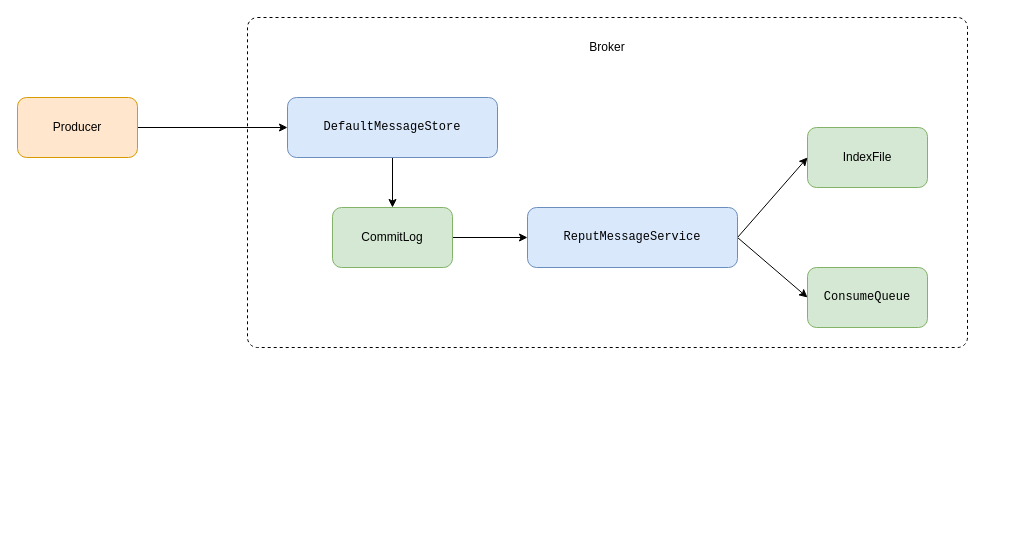
The draw.io diagram rocketmq/broker消息存储流程.drawio in erlieStar/diagrams, before the edit. Source tidied: cells renumbered, new cells numbered last; positions are measured from the earlier drawing's top-left corner, leaving out a move shared by most shapes. Both pictures are drawn from the tidied source at 100%, with x=0, y=0 at pixel (17, 17).
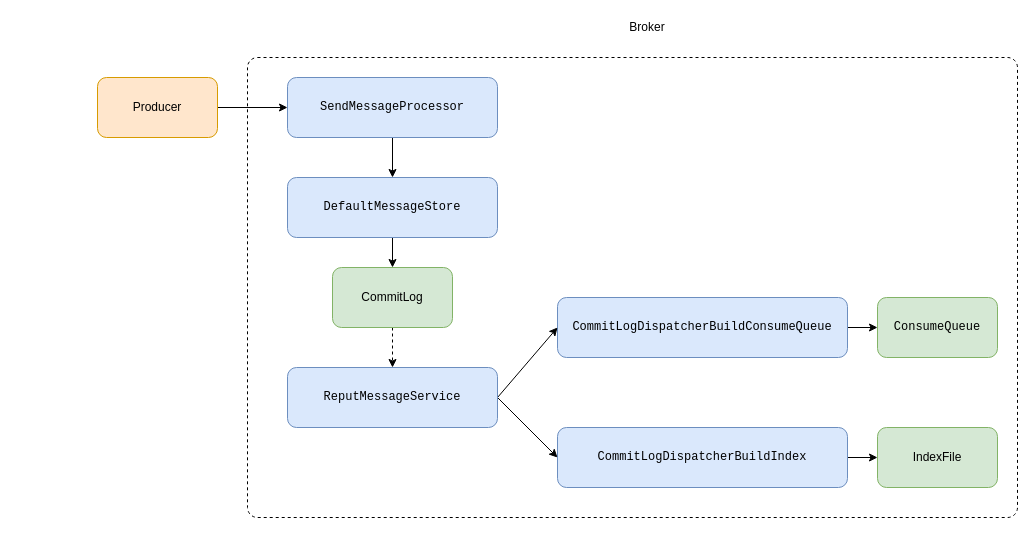
The same diagram, later.

Commit message:
Update broker消息存储流程.drawio

Diff of the diagram source:
```diff
@@
     <mxCell id="2" style="html=1;align=center;verticalAlign=top;rounded=1;absoluteArcSize=1;arcSize=20;dashed=1;" parent="1" vertex="1">
-      <mxGeometry x="230" width="720" height="330" as="geometry" />
+      <mxGeometry x="230" y="40" width="770" height="460" as="geometry" />
     </mxCell>
+    <mxCell id="15" style="edgeStyle=orthogonalEdgeStyle;rounded=0;jettySize=auto;html=1;entryX=0;entryY=0.5;entryDx=0;entryDy=0;" parent="1" edge="1" source="3" target="21">
+      <mxGeometry relative="1" as="geometry" />
+    </mxCell>
-    <mxCell id="3" value="IndexFile" style="rounded=1;whiteSpace=wrap;html=1;fillColor=#d5e8d4;strokeColor=#82b366;" parent="1" vertex="1">
-      <mxGeometry x="790" y="110" width="120" height="60" as="geometry" />
+    <mxCell id="3" value="&lt;pre&gt;CommitLogDispatcherBuildConsumeQueue&lt;/pre&gt;" style="rounded=1;whiteSpace=wrap;html=1;fillColor=#dae8fc;strokeColor=#6c8ebf;" parent="1" vertex="1">
+      <mxGeometry x="540" y="280" width="290" height="60" as="geometry" />
     </mxCell>
+    <mxCell id="16" style="edgeStyle=orthogonalEdgeStyle;rounded=0;jettySize=auto;html=1;" parent="1" edge="1" source="4" target="20">
+      <mxGeometry relative="1" as="geometry" />
+    </mxCell>
-    <mxCell id="4" value="&lt;pre&gt;ConsumeQueue&lt;/pre&gt;" style="rounded=1;whiteSpace=wrap;html=1;fillColor=#d5e8d4;strokeColor=#82b366;" parent="1" vertex="1">
-      <mxGeometry x="790" y="250" width="120" height="60" as="geometry" />
+    <mxCell id="4" value="&lt;pre&gt;&lt;pre&gt;CommitLogDispatcherBuildIndex&lt;/pre&gt;&lt;/pre&gt;" style="rounded=1;whiteSpace=wrap;html=1;fillColor=#dae8fc;strokeColor=#6c8ebf;" parent="1" vertex="1">
+      <mxGeometry x="540" y="410" width="290" height="60" as="geometry" />
     </mxCell>
@@
     <mxCell id="6" value="&lt;pre&gt;DefaultMessageStore&lt;/pre&gt;" style="rounded=1;whiteSpace=wrap;html=1;fillColor=#dae8fc;strokeColor=#6c8ebf;" parent="1" vertex="1">
-      <mxGeometry x="270" y="80" width="210" height="60" as="geometry" />
+      <mxGeometry x="270" y="160" width="210" height="60" as="geometry" />
     </mxCell>
@@
     <mxCell id="9" value="&lt;pre&gt;&lt;pre&gt;ReputMessageService&lt;/pre&gt;&lt;/pre&gt;" style="rounded=1;whiteSpace=wrap;html=1;fillColor=#dae8fc;strokeColor=#6c8ebf;" parent="1" vertex="1">
-      <mxGeometry x="510" y="190" width="210" height="60" as="geometry" />
+      <mxGeometry x="270" y="350" width="210" height="60" as="geometry" />
     </mxCell>
-    <mxCell id="10" style="edgeStyle=orthogonalEdgeStyle;rounded=0;jettySize=auto;html=1;exitX=1;exitY=0.5;exitDx=0;exitDy=0;" parent="1" edge="1" source="11" target="6">
-      <mxGeometry relative="1" as="geometry" />
-    </mxCell>
+    <mxCell id="17" style="edgeStyle=orthogonalEdgeStyle;rounded=0;jettySize=auto;html=1;exitX=1;exitY=0.5;exitDx=0;exitDy=0;entryX=0;entryY=0.5;entryDx=0;entryDy=0;" parent="1" edge="1" source="11" target="19">
+      <mxGeometry relative="1" as="geometry" />
+    </mxCell>
     <mxCell id="11" value="Producer" style="rounded=1;whiteSpace=wrap;html=1;fillColor=#ffe6cc;strokeColor=#d79b00;" parent="1" vertex="1">
-      <mxGeometry y="80" width="120" height="60" as="geometry" />
+      <mxGeometry x="80" y="60" width="120" height="60" as="geometry" />
     </mxCell>
-    <mxCell id="12" style="edgeStyle=orthogonalEdgeStyle;rounded=0;jettySize=auto;html=1;exitX=1;exitY=0.5;exitDx=0;exitDy=0;entryX=0;entryY=0.5;entryDx=0;entryDy=0;" parent="1" edge="1" source="13" target="9">
+    <mxCell id="12" style="edgeStyle=orthogonalEdgeStyle;rounded=0;jettySize=auto;html=1;dashed=1;" parent="1" edge="1" source="13" target="9">
       <mxGeometry relative="1" as="geometry" />
     </mxCell>
     <mxCell id="13" value="CommitLog" style="rounded=1;whiteSpace=wrap;html=1;fillColor=#d5e8d4;strokeColor=#82b366;" parent="1" vertex="1">
-      <mxGeometry x="315" y="190" width="120" height="60" as="geometry" />
+      <mxGeometry x="315" y="250" width="120" height="60" as="geometry" />
     </mxCell>
     <mxCell id="14" value="Broker" style="text;html=1;strokeColor=none;fillColor=none;align=center;verticalAlign=middle;whiteSpace=wrap;rounded=0;" parent="1" vertex="1">
-      <mxGeometry x="570" y="20" width="40" height="20" as="geometry" />
+      <mxGeometry x="610" width="40" height="20" as="geometry" />
     </mxCell>
+    <mxCell id="18" style="edgeStyle=orthogonalEdgeStyle;rounded=0;jettySize=auto;html=1;exitX=0.5;exitY=1;exitDx=0;exitDy=0;entryX=0.5;entryY=0;entryDx=0;entryDy=0;" parent="1" edge="1" source="19" target="6">
+      <mxGeometry relative="1" as="geometry" />
+    </mxCell>
+    <mxCell id="19" value="&lt;pre&gt;&lt;pre&gt;SendMessageProcessor&lt;/pre&gt;&lt;/pre&gt;" style="rounded=1;whiteSpace=wrap;html=1;fillColor=#dae8fc;strokeColor=#6c8ebf;" parent="1" vertex="1">
+      <mxGeometry x="270" y="60" width="210" height="60" as="geometry" />
+    </mxCell>
+    <mxCell id="20" value="IndexFile" style="rounded=1;whiteSpace=wrap;html=1;fillColor=#d5e8d4;strokeColor=#82b366;" parent="1" vertex="1">
+      <mxGeometry x="860" y="410" width="120" height="60" as="geometry" />
+    </mxCell>
+    <mxCell id="21" value="&lt;pre&gt;ConsumeQueue&lt;/pre&gt;" style="rounded=1;whiteSpace=wrap;html=1;fillColor=#d5e8d4;strokeColor=#82b366;" parent="1" vertex="1">
+      <mxGeometry x="860" y="280" width="120" height="60" as="geometry" />
+    </mxCell>
```
